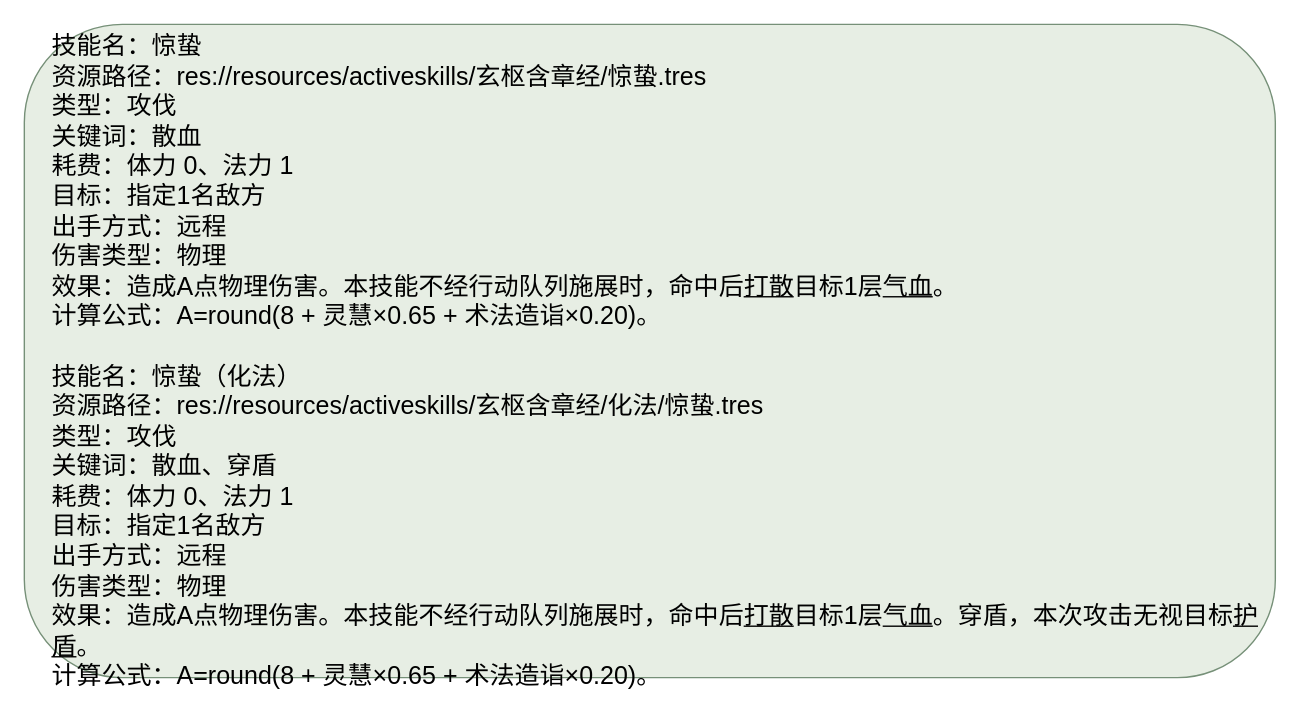
This is docs/卡牌词典/秘籍技能/玄枢含章经/惊蛰.drawio from ankundanetracyc-spec/tian-guan-you-du, a draw.io file, before an edit. Source tidied: cells renumbered, new cells numbered last; positions are measured from the earlier drawing's top-left corner, leaving out a move shared by most shapes. Both pictures are drawn from the tidied source at 139%, with x=0, y=0 at pixel (24, 24).
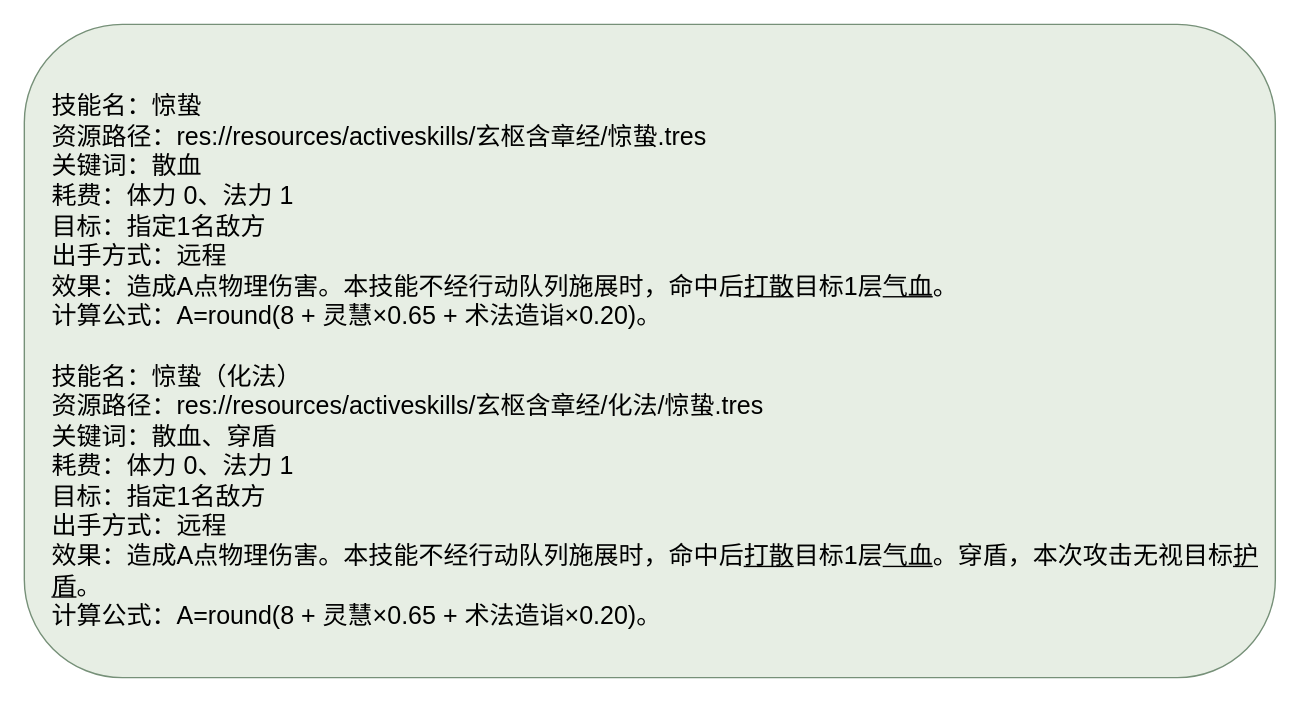
The same diagram, later.

Change to the diagram source:
```diff
@@
 <mxGraphModel>
   <root>
     <mxCell id="0" />
     <mxCell id="1" parent="0" />
-    <mxCell id="2" value="技能名：惊蛰&lt;br&gt;资源路径：res://resources/activeskills/玄枢含章经/惊蛰.tres&lt;br&gt;类型：攻伐&lt;br&gt;关键词：散血&lt;br&gt;耗费：体力 0、法力 1&lt;br&gt;目标：指定1名敌方&lt;br&gt;出手方式：远程&lt;br&gt;伤害类型：物理&lt;br&gt;效果：造成A点物理伤害。本技能不经行动队列施展时，命中后&lt;u&gt;打散&lt;/u&gt;目标1层&lt;u&gt;气血&lt;/u&gt;。&lt;br&gt;计算公式：A=round(8 + 灵慧×0.65 + 术法造诣×0.20)。&lt;br&gt;&lt;br&gt;技能名：惊蛰（化法）&lt;br&gt;资源路径：res://resources/activeskills/玄枢含章经/化法/惊蛰.tres&lt;br&gt;类型：攻伐&lt;br&gt;关键词：散血、穿盾&lt;br&gt;耗费：体力 0、法力 1&lt;br&gt;目标：指定1名敌方&lt;br&gt;出手方式：远程&lt;br&gt;伤害类型：物理&lt;br&gt;效果：造成A点物理伤害。本技能不经行动队列施展时，命中后&lt;u&gt;打散&lt;/u&gt;目标1层&lt;u&gt;气血&lt;/u&gt;。穿盾，本次攻击无视目标&lt;u&gt;护盾&lt;/u&gt;。&lt;br&gt;计算公式：A=round(8 + 灵慧×0.65 + 术法造诣×0.20)。" style="rounded=1;whiteSpace=wrap;html=1;fillColor=#e7eee4;strokeColor=#769078;fontSize=18;align=left;spacingLeft=18;spacingTop=16;" parent="1" vertex="1">
+    <mxCell id="2" value="技能名：惊蛰&lt;br&gt;资源路径：res://resources/activeskills/玄枢含章经/惊蛰.tres&lt;br&gt;关键词：散血&lt;br&gt;耗费：体力 0、法力 1&lt;br&gt;目标：指定1名敌方&lt;br&gt;出手方式：远程&lt;br&gt;效果：造成A点物理伤害。本技能不经行动队列施展时，命中后&lt;u&gt;打散&lt;/u&gt;目标1层&lt;u&gt;气血&lt;/u&gt;。&lt;br&gt;计算公式：A=round(8 + 灵慧×0.65 + 术法造诣×0.20)。&lt;br&gt;&lt;br&gt;技能名：惊蛰（化法）&lt;br&gt;资源路径：res://resources/activeskills/玄枢含章经/化法/惊蛰.tres&lt;br&gt;关键词：散血、穿盾&lt;br&gt;耗费：体力 0、法力 1&lt;br&gt;目标：指定1名敌方&lt;br&gt;出手方式：远程&lt;br&gt;效果：造成A点物理伤害。本技能不经行动队列施展时，命中后&lt;u&gt;打散&lt;/u&gt;目标1层&lt;u&gt;气血&lt;/u&gt;。穿盾，本次攻击无视目标&lt;u&gt;护盾&lt;/u&gt;。&lt;br&gt;计算公式：A=round(8 + 灵慧×0.65 + 术法造诣×0.20)。" style="rounded=1;whiteSpace=wrap;html=1;fillColor=#e7eee4;strokeColor=#769078;fontSize=18;align=left;spacingLeft=18;spacingTop=16;" parent="1" vertex="1">
       <mxGeometry width="900" height="470" as="geometry" />
     </mxCell>
   </root>
 </mxGraphModel>
```
